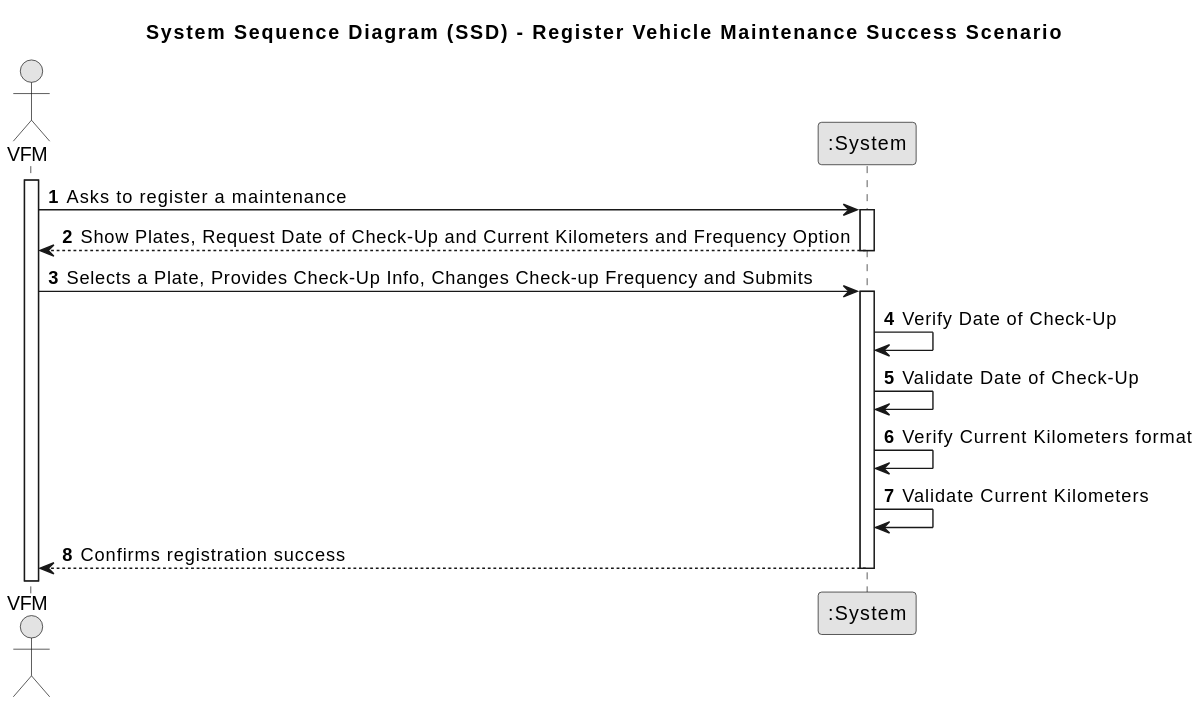
Above: docs/sprintB/us007/01.requirements-engineering/svg/us007-system-sequence-diagram.svg in francisc-o-liveira/lei-24-s2-1dp-g163 (PlantUML), before the change.
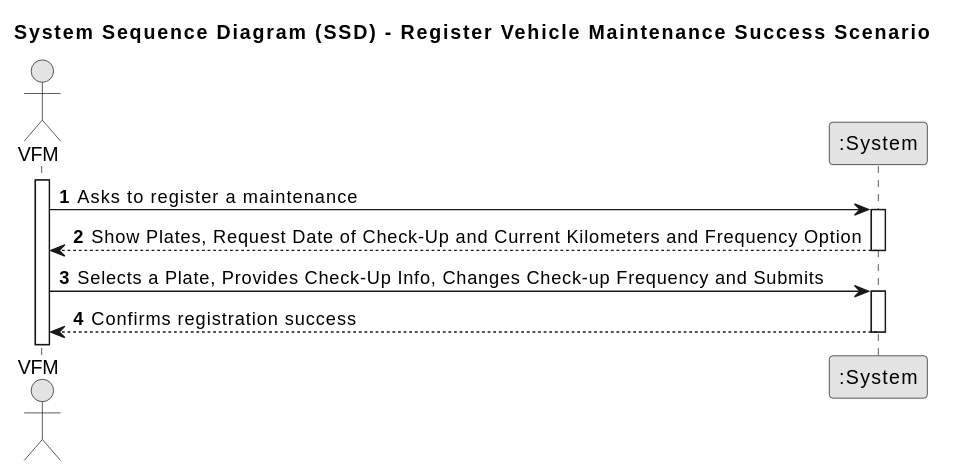
The same diagram one commit later.

Diff of the diagram source:
```diff
@@ -12,20 +12,15 @@
 
 activate FleetManager
 
-    FleetManager -> System : Asks to register a maintenance
-    activate System
+FleetManager -> System : Asks to register a maintenance
+activate System
 
-    System --> FleetManager : Show Plates, Request Date of Check-Up and Current Kilometers and Frequency Option
-    deactivate System
+System --> FleetManager : Show Plates, Request Date of Check-Up and Current Kilometers and Frequency Option
+deactivate System
 
-    FleetManager -> System : Selects a Plate, Provides Check-Up Info, Changes Check-up Frequency and Submits
-    activate System
+FleetManager -> System : Selects a Plate, Provides Check-Up Info, Changes Check-up Frequency and Submits
+activate System
 
-        System -> System : Verify Date of Check-Up
-        System -> System : Validate Date of Check-Up
-        System -> System : Verify Current Kilometers format
-        System -> System : Validate Current Kilometers
-
-        System --> FleetManager : Confirms registration success
-    deactivate System
+System --> FleetManager : Confirms registration success
+deactivate System
 @enduml
```
